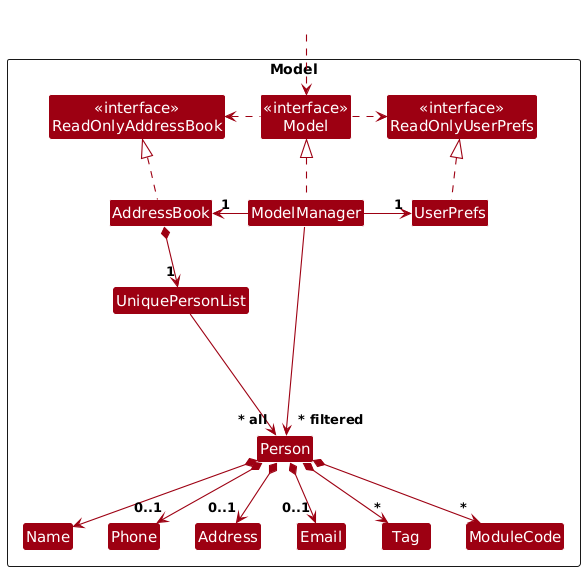
AY2425S2-CS2103T-T11-1/tp keeps this PlantUML diagram as docs/images/ModelClassDiagram.png. Above is the earlier version. Source of this version:
```plantuml
@startuml
!include style.puml
skinparam arrowThickness 1.1
skinparam arrowColor MODEL_COLOR
skinparam classBackgroundColor MODEL_COLOR

Package Model as ModelPackage <<Rectangle>>{
Class "<<interface>>\nReadOnlyAddressBook" as ReadOnlyAddressBook
Class "<<interface>>\nReadOnlyUserPrefs" as ReadOnlyUserPrefs
Class "<<interface>>\nModel" as Model
Class AddressBook
Class ModelManager
Class UserPrefs

Class UniquePersonList
Class Person
Class Address
Class Email
Class Name
Class Phone
Class Tag
Class ModuleCode

Class I #FFFFFF
}

Class HiddenOutside #FFFFFF
HiddenOutside ..> Model

AddressBook .up.|> ReadOnlyAddressBook

ModelManager .up.|> Model
Model .right.> ReadOnlyUserPrefs
Model .left.> ReadOnlyAddressBook
ModelManager -left-> "1" AddressBook
ModelManager -right-> "1" UserPrefs
UserPrefs .up.|> ReadOnlyUserPrefs

AddressBook *--> "1" UniquePersonList
UniquePersonList --> "~* all" Person
Person *--> Name
Person *--> "0..1" Phone
Person *--> "0..1" Email
Person *--> "0..1" Address
Person *--> "*" Tag
Person *--> "*" ModuleCode

Person -[hidden]up--> I
UniquePersonList -[hidden]right-> I

Name -[hidden]right-> Phone
Phone -[hidden]right-> Address
Address -[hidden]right-> Email

ModelManager --> "~* filtered" Person
@enduml
```
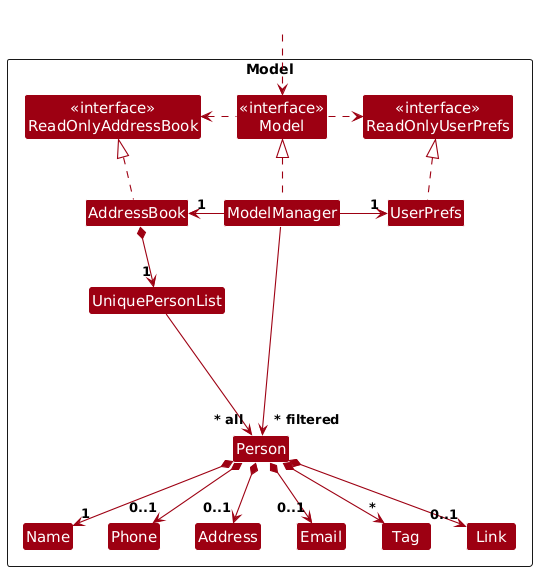
Above is the later version.

Commit message:
Update Model Class Diagram to replace ModuleCode with Link

What changed in the source:
```diff
@@ -19,7 +19,7 @@
 Class Name
 Class Phone
 Class Tag
-Class ModuleCode
+Class Link
 
 Class I #FFFFFF
 }
@@ -38,12 +38,12 @@
 
 AddressBook *--> "1" UniquePersonList
 UniquePersonList --> "~* all" Person
-Person *--> Name
+Person *--> "1" Name
 Person *--> "0..1" Phone
 Person *--> "0..1" Email
 Person *--> "0..1" Address
 Person *--> "*" Tag
-Person *--> "*" ModuleCode
+Person *--> "0..1" Link
 
 Person -[hidden]up--> I
 UniquePersonList -[hidden]right-> I
```
